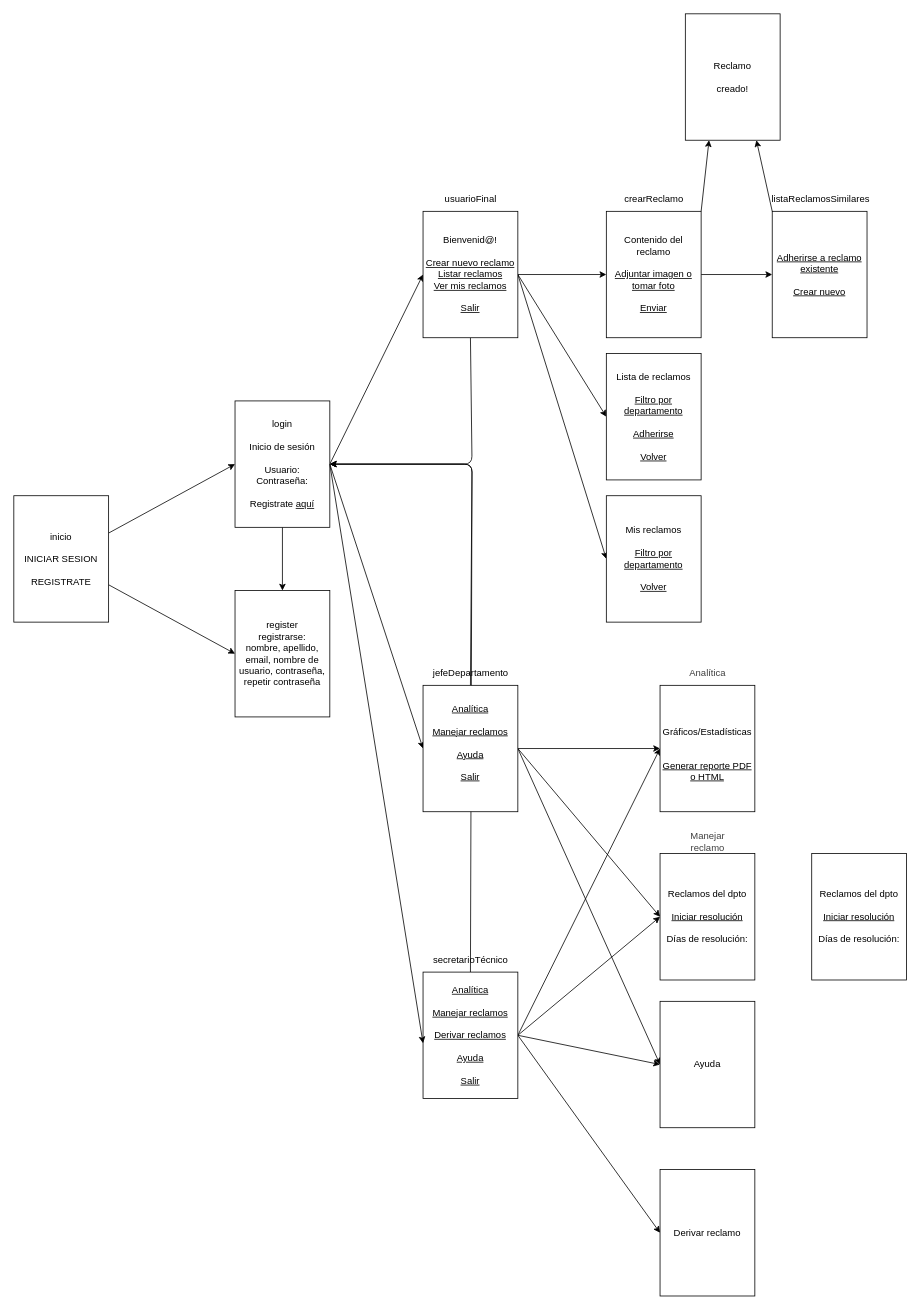
The draw.io diagram TrabajoPractico_3/docs/flujoDePantallas(guíaAuxiliar).drawio in FelipeCarrozzo/prog_avanzada, before the edit. Source tidied: cells renumbered, new cells numbered last; positions are measured from the earlier drawing's top-left corner, leaving out a move shared by most shapes. Both pictures are drawn from the tidied source at 79%, with x=0, y=0 at pixel (13, 13).
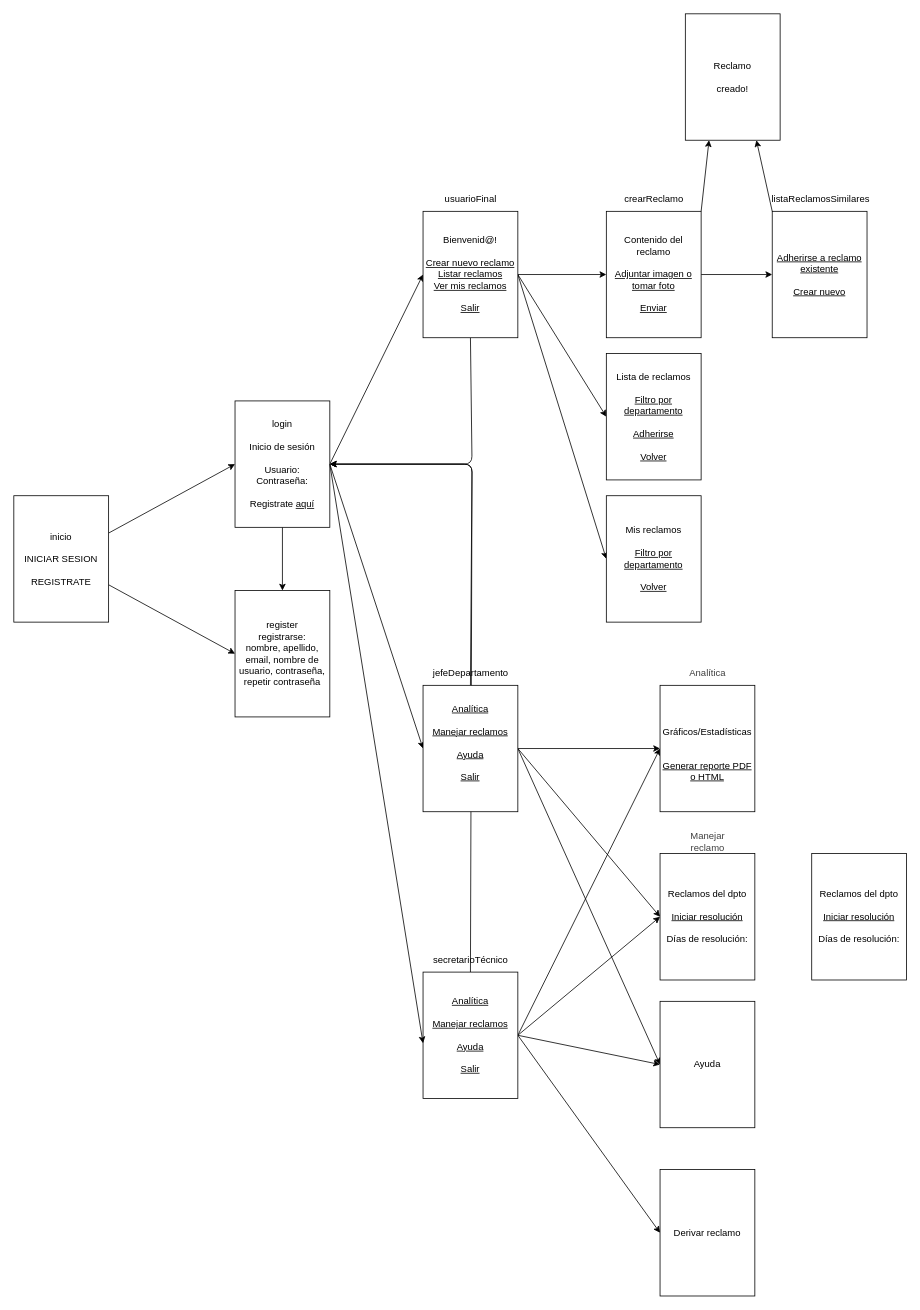
The same page after the edit.

Diff of the diagram source:
```diff
@@
-    <mxCell id="26" value="&lt;div&gt;&lt;u&gt;&lt;br&gt;&lt;/u&gt;&lt;/div&gt;&lt;u&gt;Analítica&lt;/u&gt;&lt;div&gt;&lt;u&gt;&lt;br&gt;&lt;/u&gt;&lt;div&gt;&lt;u&gt;Manejar reclamos&lt;/u&gt;&lt;/div&gt;&lt;div&gt;&lt;u&gt;&lt;br&gt;&lt;/u&gt;&lt;div&gt;&lt;u&gt;Derivar reclamos&lt;/u&gt;&lt;/div&gt;&lt;div&gt;&lt;u&gt;&lt;br&gt;&lt;/u&gt;&lt;/div&gt;&lt;div&gt;&lt;u&gt;Ayuda&lt;/u&gt;&lt;/div&gt;&lt;div&gt;&lt;u&gt;&lt;br&gt;&lt;/u&gt;&lt;/div&gt;&lt;div&gt;&lt;u&gt;Salir&lt;/u&gt;&lt;/div&gt;&lt;div&gt;&lt;br style=&quot;color: rgb(63, 63, 63);&quot;&gt;&lt;/div&gt;&lt;/div&gt;&lt;/div&gt;" style="rounded=0;whiteSpace=wrap;html=1;" parent="1" vertex="1">
+    <mxCell id="26" value="&lt;div&gt;&lt;u&gt;&lt;br&gt;&lt;/u&gt;&lt;/div&gt;&lt;u&gt;Analítica&lt;/u&gt;&lt;div&gt;&lt;u&gt;&lt;br&gt;&lt;/u&gt;&lt;div&gt;&lt;u&gt;Manejar reclamos&lt;/u&gt;&lt;/div&gt;&lt;div&gt;&lt;div&gt;&lt;br&gt;&lt;/div&gt;&lt;div&gt;&lt;u&gt;Ayuda&lt;/u&gt;&lt;/div&gt;&lt;div&gt;&lt;u&gt;&lt;br&gt;&lt;/u&gt;&lt;/div&gt;&lt;div&gt;&lt;u&gt;Salir&lt;/u&gt;&lt;/div&gt;&lt;div&gt;&lt;br style=&quot;color: rgb(63, 63, 63);&quot;&gt;&lt;/div&gt;&lt;/div&gt;&lt;/div&gt;" style="rounded=0;whiteSpace=wrap;html=1;" parent="1" vertex="1">
       <mxGeometry x="518" y="1213" width="120" height="160" as="geometry" />
     </mxCell>
```
